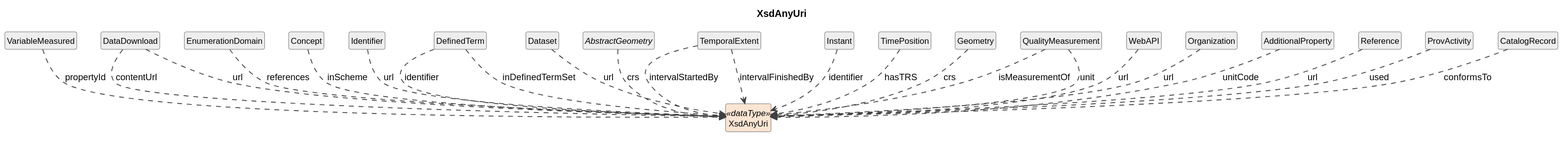
Above: cdif-uml-model/CDIFDataDescription/DataTypes/XsdAnyUri.svg in Cross-Domain-Interoperability-Framework/metadataBuildingBlocks (PlantUML), before the change. Its diagram source:
```plantuml
@startuml
title XsdAnyUri
hide circle
hide empty members
skinparam shadowing false
skinparam ArrowThickness 1.2
skinparam class {
  ArrowColor #404040
  BorderColor #404040
  FontSize 12
}

class "XsdAnyUri" as XsdAnyUri <<dataType>> #FAE5D3
class "VariableMeasured" as VariableMeasured #EEEEEE
VariableMeasured ..> XsdAnyUri : propertyId
class "DataDownload" as DataDownload #EEEEEE
DataDownload ..> XsdAnyUri : contentUrl
DataDownload ..> XsdAnyUri : url
class "EnumerationDomain" as EnumerationDomain #EEEEEE
EnumerationDomain ..> XsdAnyUri : references
class "Concept" as Concept #EEEEEE
Concept ..> XsdAnyUri : inScheme
class "Identifier" as Identifier #EEEEEE
Identifier ..> XsdAnyUri : url
class "DefinedTerm" as DefinedTerm #EEEEEE
DefinedTerm ..> XsdAnyUri : identifier
DefinedTerm ..> XsdAnyUri : inDefinedTermSet
class "Dataset" as Dataset #EEEEEE
Dataset ..> XsdAnyUri : url
abstract class "AbstractGeometry" as AbstractGeometry #EEEEEE
AbstractGeometry ..> XsdAnyUri : crs
class "TemporalExtent" as TemporalExtent #EEEEEE
TemporalExtent ..> XsdAnyUri : intervalStartedBy
TemporalExtent ..> XsdAnyUri : intervalFinishedBy
class "Instant" as Instant #EEEEEE
Instant ..> XsdAnyUri : identifier
class "TimePosition" as TimePosition #EEEEEE
TimePosition ..> XsdAnyUri : hasTRS
class "Geometry" as Geometry #EEEEEE
Geometry ..> XsdAnyUri : crs
class "QualityMeasurement" as QualityMeasurement #EEEEEE
QualityMeasurement ..> XsdAnyUri : isMeasurementOf
QualityMeasurement ..> XsdAnyUri : unit
class "WebAPI" as WebAPI #EEEEEE
WebAPI ..> XsdAnyUri : url
class "Organization" as Organization #EEEEEE
Organization ..> XsdAnyUri : url
class "AdditionalProperty" as AdditionalProperty #EEEEEE
AdditionalProperty ..> XsdAnyUri : unitCode
class "Reference" as Reference #EEEEEE
Reference ..> XsdAnyUri : url
class "ProvActivity" as ProvActivity #EEEEEE
ProvActivity ..> XsdAnyUri : used
class "CatalogRecord" as CatalogRecord #EEEEEE
CatalogRecord ..> XsdAnyUri : conformsTo
@enduml
```
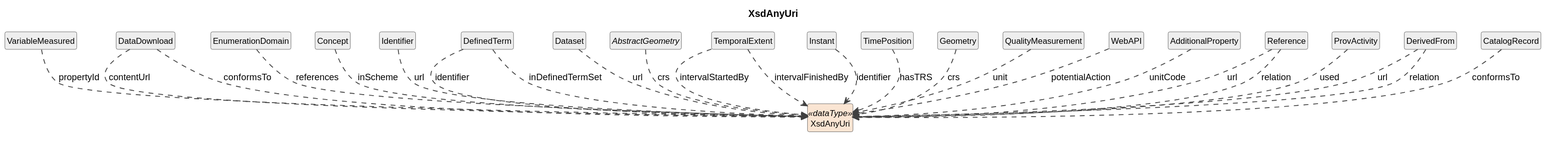
Above is the later version.

What changed in the source:
```diff
@@ -15,7 +15,7 @@
 VariableMeasured ..> XsdAnyUri : propertyId
 class "DataDownload" as DataDownload #EEEEEE
 DataDownload ..> XsdAnyUri : contentUrl
-DataDownload ..> XsdAnyUri : url
+DataDownload ..> XsdAnyUri : conformsTo
 class "EnumerationDomain" as EnumerationDomain #EEEEEE
 EnumerationDomain ..> XsdAnyUri : references
 class "Concept" as Concept #EEEEEE
@@ -39,18 +39,19 @@
 class "Geometry" as Geometry #EEEEEE
 Geometry ..> XsdAnyUri : crs
 class "QualityMeasurement" as QualityMeasurement #EEEEEE
-QualityMeasurement ..> XsdAnyUri : isMeasurementOf
 QualityMeasurement ..> XsdAnyUri : unit
 class "WebAPI" as WebAPI #EEEEEE
-WebAPI ..> XsdAnyUri : url
-class "Organization" as Organization #EEEEEE
-Organization ..> XsdAnyUri : url
+WebAPI ..> XsdAnyUri : potentialAction
 class "AdditionalProperty" as AdditionalProperty #EEEEEE
 AdditionalProperty ..> XsdAnyUri : unitCode
 class "Reference" as Reference #EEEEEE
 Reference ..> XsdAnyUri : url
+Reference ..> XsdAnyUri : relation
 class "ProvActivity" as ProvActivity #EEEEEE
 ProvActivity ..> XsdAnyUri : used
+class "DerivedFrom" as DerivedFrom #EEEEEE
+DerivedFrom ..> XsdAnyUri : url
+DerivedFrom ..> XsdAnyUri : relation
 class "CatalogRecord" as CatalogRecord #EEEEEE
 CatalogRecord ..> XsdAnyUri : conformsTo
 @enduml
```
